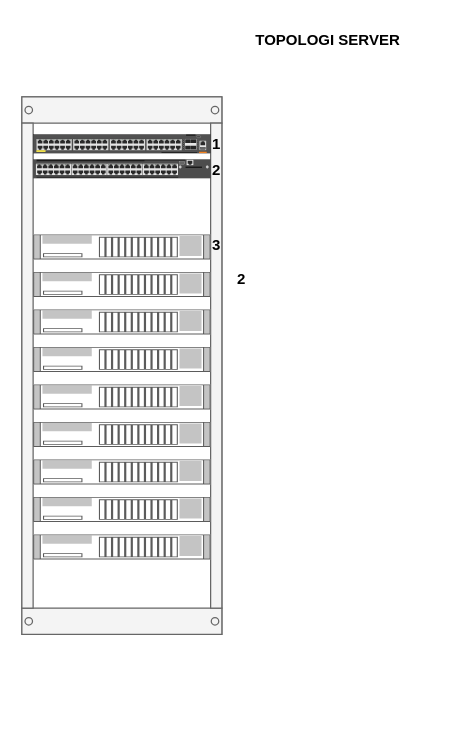
Earlier version of the draw.io diagram bagan jaringan server.drawio (komandan/dupak). Source tidied: cells renumbered, new cells numbered last; positions are measured from the earlier drawing's top-left corner, leaving out a move shared by most shapes. Both pictures are drawn from the tidied source at 125%, with x=0, y=0 at pixel (21, 21).
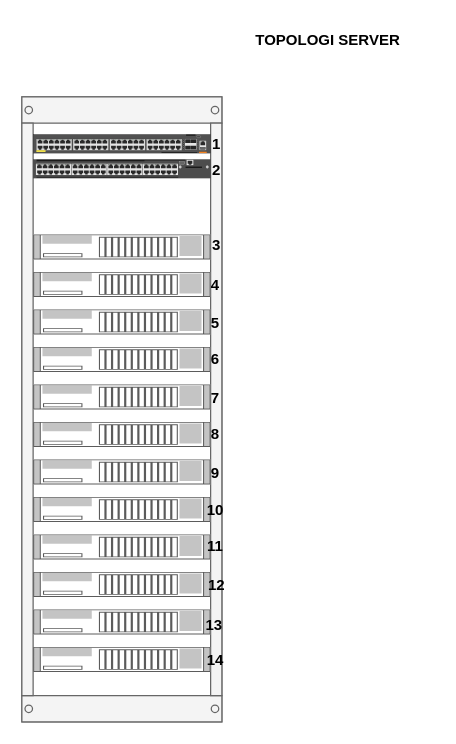
After the change.

Change to the diagram source:
```diff
@@
     <mxCell id="3" style="strokeColor=#666666;html=1;verticalLabelPosition=bottom;labelBackgroundColor=#ffffff;verticalAlign=top;shadow=0;dashed=0;shape=mxgraph.rackGeneral.container;allowGaps=1;textColor=#666666;numDisp=off;" parent="1" vertex="1">
-      <mxGeometry y="60" width="160" height="430" as="geometry" />
+      <mxGeometry y="60" width="160" height="500" as="geometry" />
     </mxCell>
@@
+    <mxCell id="19" style="shape=mxgraph.rack.ibm.ibm_x3750;html=1;labelPosition=right;align=left;spacingLeft=15;dashed=0;shadow=0;fillColor=#ffffff;" parent="3" vertex="1">
+      <mxGeometry x="9" y="380" width="142" height="20" as="geometry" />
+    </mxCell>
+    <mxCell id="20" style="shape=mxgraph.rack.ibm.ibm_x3750;html=1;labelPosition=right;align=left;spacingLeft=15;dashed=0;shadow=0;fillColor=#ffffff;" parent="3" vertex="1">
+      <mxGeometry x="9" y="410" width="142" height="20" as="geometry" />
+    </mxCell>
+    <mxCell id="21" style="shape=mxgraph.rack.ibm.ibm_x3750;html=1;labelPosition=right;align=left;spacingLeft=15;dashed=0;shadow=0;fillColor=#ffffff;" parent="3" vertex="1">
+      <mxGeometry x="9" y="440" width="142" height="20" as="geometry" />
+    </mxCell>
@@
-    <mxCell id="18" value="&lt;div&gt;2&lt;/div&gt;" style="text;html=1;strokeColor=none;fillColor=none;align=center;verticalAlign=middle;whiteSpace=wrap;rounded=0;fontStyle=1;" parent="1" vertex="1">
-      <mxGeometry x="171" y="200" width="10" height="11" as="geometry" />
+    <mxCell id="18" value="4" style="text;html=1;strokeColor=none;fillColor=none;align=center;verticalAlign=middle;whiteSpace=wrap;rounded=0;fontStyle=1;" parent="1" vertex="1">
+      <mxGeometry x="150" y="205" width="10" height="11" as="geometry" />
     </mxCell>
+    <mxCell id="22" value="5" style="text;html=1;strokeColor=none;fillColor=none;align=center;verticalAlign=middle;whiteSpace=wrap;rounded=0;fontStyle=1;" parent="1" vertex="1">
+      <mxGeometry x="150" y="235" width="10" height="11" as="geometry" />
+    </mxCell>
+    <mxCell id="23" value="6" style="text;html=1;strokeColor=none;fillColor=none;align=center;verticalAlign=middle;whiteSpace=wrap;rounded=0;fontStyle=1;" parent="1" vertex="1">
+      <mxGeometry x="150" y="264" width="10" height="11" as="geometry" />
+    </mxCell>
+    <mxCell id="24" value="7" style="text;html=1;strokeColor=none;fillColor=none;align=center;verticalAlign=middle;whiteSpace=wrap;rounded=0;fontStyle=1;" parent="1" vertex="1">
+      <mxGeometry x="150" y="295" width="10" height="11" as="geometry" />
+    </mxCell>
+    <mxCell id="25" value="8" style="text;html=1;strokeColor=none;fillColor=none;align=center;verticalAlign=middle;whiteSpace=wrap;rounded=0;fontStyle=1;" parent="1" vertex="1">
+      <mxGeometry x="150" y="324" width="10" height="11" as="geometry" />
+    </mxCell>
+    <mxCell id="26" value="9" style="text;html=1;strokeColor=none;fillColor=none;align=center;verticalAlign=middle;whiteSpace=wrap;rounded=0;fontStyle=1;" parent="1" vertex="1">
+      <mxGeometry x="150" y="355" width="10" height="11" as="geometry" />
+    </mxCell>
+    <mxCell id="27" value="10" style="text;html=1;strokeColor=none;fillColor=none;align=center;verticalAlign=middle;whiteSpace=wrap;rounded=0;fontStyle=1;" parent="1" vertex="1">
+      <mxGeometry x="150" y="385" width="10" height="11" as="geometry" />
+    </mxCell>
+    <mxCell id="28" value="11" style="text;html=1;strokeColor=none;fillColor=none;align=center;verticalAlign=middle;whiteSpace=wrap;rounded=0;fontStyle=1;" parent="1" vertex="1">
+      <mxGeometry x="150" y="414" width="10" height="11" as="geometry" />
+    </mxCell>
+    <mxCell id="29" value="14" style="text;html=1;strokeColor=none;fillColor=none;align=center;verticalAlign=middle;whiteSpace=wrap;rounded=0;fontStyle=1;" parent="1" vertex="1">
+      <mxGeometry x="150" y="505" width="10" height="11" as="geometry" />
+    </mxCell>
+    <mxCell id="30" value="13" style="text;html=1;strokeColor=none;fillColor=none;align=center;verticalAlign=middle;whiteSpace=wrap;rounded=0;fontStyle=1;" parent="1" vertex="1">
+      <mxGeometry x="149" y="477" width="10" height="11" as="geometry" />
+    </mxCell>
+    <mxCell id="31" value="12" style="text;html=1;strokeColor=none;fillColor=none;align=center;verticalAlign=middle;whiteSpace=wrap;rounded=0;fontStyle=1;" parent="1" vertex="1">
+      <mxGeometry x="151" y="445" width="10" height="11" as="geometry" />
+    </mxCell>
```
